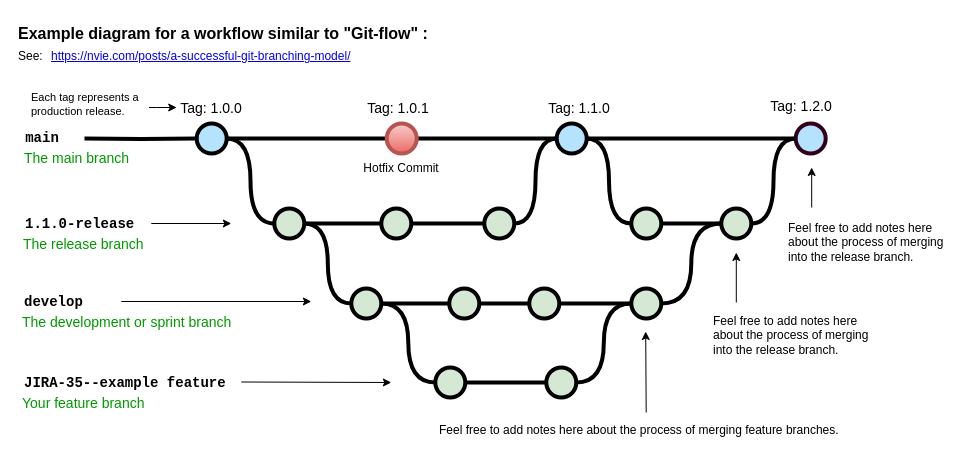
Above: page "complex gitflow" (1 of 2) of flow/bitbucket-flow.drawio in seepossible/dia (draw.io), before the change. Source tidied: cells renumbered, new cells numbered last; positions are measured from the earlier drawing's top-left corner, leaving out a move shared by most shapes. Both pictures are drawn from the tidied source at 100%, with x=0, y=0 at pixel (16, 17).
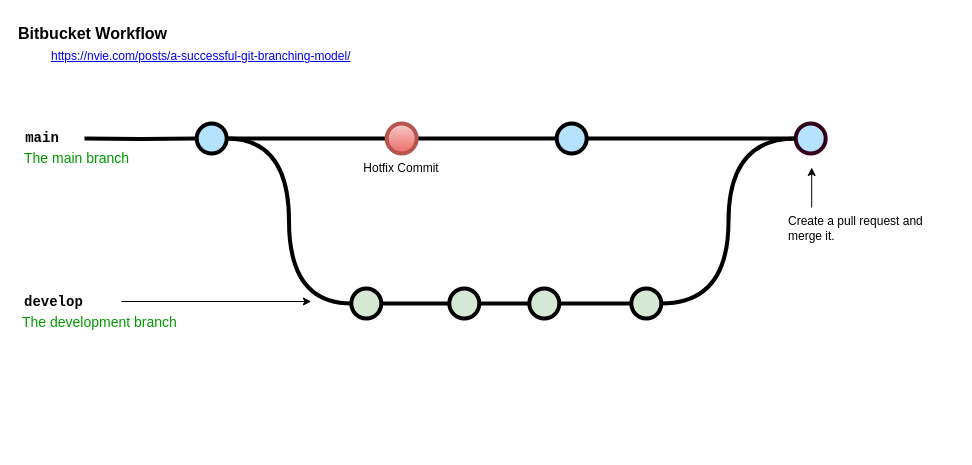
Above is the later version.

Unchanged cells that the change refers to:
```xml
<mxCell id="5" style="verticalLabelPosition=bottom;verticalAlign=top;html=1;strokeWidth=4;shape=mxgraph.flowchart.on-page_reference;plain-blue;gradientColor=none;fillColor=#B5E3Fe;strokeColor=#000000;" parent="1" vertex="1">
  <mxGeometry x="180.2" y="106" width="30" height="30" as="geometry" />
</mxCell>
<mxCell id="8" style="verticalLabelPosition=bottom;verticalAlign=top;html=1;strokeWidth=4;shape=mxgraph.flowchart.on-page_reference;plain-blue;gradientColor=none;strokeColor=#000000;fillColor=#B5E3FE;" parent="1" vertex="1">
  <mxGeometry x="540.2" y="106" width="30" height="30" as="geometry" />
</mxCell>
<mxCell id="9" style="verticalLabelPosition=bottom;verticalAlign=top;html=1;strokeWidth=4;shape=mxgraph.flowchart.on-page_reference;plain-blue;gradientColor=none;strokeColor=#33001A;fillColor=#B5E3FE;" parent="1" vertex="1">
  <mxGeometry x="779.2" y="106" width="30" height="30" as="geometry" />
</mxCell>
<mxCell id="22" style="verticalLabelPosition=bottom;verticalAlign=top;html=1;strokeWidth=4;shape=mxgraph.flowchart.on-page_reference;plain-purple;gradientColor=none;strokeColor=#000000;fillColor=#D5E8D4;" parent="1" vertex="1">
  <mxGeometry x="334.8" y="271" width="30" height="30" as="geometry" />
</mxCell>
<mxCell id="28" style="verticalLabelPosition=bottom;verticalAlign=top;html=1;strokeWidth=4;shape=mxgraph.flowchart.on-page_reference;plain-purple;gradientColor=none;strokeColor=#000000;fillColor=#D5E8D4;" parent="1" vertex="1">
  <mxGeometry x="614.8" y="271" width="30" height="30" as="geometry" />
</mxCell>
```

Diff of the diagram source:
```diff
@@
-    <mxCell id="4" style="edgeStyle=orthogonalEdgeStyle;curved=1;rounded=0;html=1;exitX=1;exitY=0.5;exitPerimeter=0;entryX=0;entryY=0.5;entryPerimeter=0;endArrow=none;endFill=0;jettySize=auto;strokeWidth=4;fontSize=15;" parent="1" edge="1" source="5" target="13">
+    <mxCell id="4" style="edgeStyle=orthogonalEdgeStyle;curved=1;rounded=0;html=1;exitX=1;exitY=0.5;exitPerimeter=0;entryX=0;entryY=0.5;entryPerimeter=0;endArrow=none;endFill=0;jettySize=auto;strokeWidth=4;fontSize=15;entryDx=0;entryDy=0;" parent="1" edge="1" source="5" target="22">
       <mxGeometry relative="1" as="geometry" />
     </mxCell>
@@
-    <mxCell id="7" style="edgeStyle=orthogonalEdgeStyle;curved=1;rounded=0;jettySize=auto;html=1;exitX=1;exitY=0.5;exitDx=0;exitDy=0;exitPerimeter=0;entryX=0;entryY=0.5;entryDx=0;entryDy=0;entryPerimeter=0;endArrow=none;endFill=0;strokeWidth=4;fontFamily=Courier New;fontColor=#009900;" parent="1" edge="1" source="8" target="45">
-      <mxGeometry relative="1" as="geometry" />
-    </mxCell>
@@
-    <mxCell id="12" style="edgeStyle=orthogonalEdgeStyle;curved=1;rounded=0;html=1;exitX=1;exitY=0.5;exitPerimeter=0;endArrow=none;endFill=0;jettySize=auto;strokeWidth=4;fontSize=15;" parent="1" edge="1" source="13" target="15">
-      <mxGeometry relative="1" as="geometry" />
-    </mxCell>
-    <mxCell id="13" style="verticalLabelPosition=bottom;verticalAlign=top;html=1;strokeWidth=4;shape=mxgraph.flowchart.on-page_reference;plain-purple;gradientColor=none;strokeColor=#000000;fillColor=#D5E8D4;" parent="1" vertex="1">
-      <mxGeometry x="257.8" y="191" width="30" height="30" as="geometry" />
-    </mxCell>
-    <mxCell id="14" style="edgeStyle=orthogonalEdgeStyle;curved=1;rounded=0;html=1;exitX=1;exitY=0.5;exitPerimeter=0;entryX=0;entryY=0.5;entryPerimeter=0;endArrow=none;endFill=0;jettySize=auto;strokeWidth=4;fontSize=15;" parent="1" edge="1" source="15" target="17">
-      <mxGeometry relative="1" as="geometry" />
-    </mxCell>
-    <mxCell id="15" style="verticalLabelPosition=bottom;verticalAlign=top;html=1;strokeWidth=4;shape=mxgraph.flowchart.on-page_reference;plain-purple;gradientColor=none;strokeColor=#000000;fillColor=#D5E8D4;" parent="1" vertex="1">
-      <mxGeometry x="364.8" y="191" width="30" height="30" as="geometry" />
-    </mxCell>
-    <mxCell id="16" style="edgeStyle=orthogonalEdgeStyle;curved=1;rounded=0;html=1;exitX=1;exitY=0.5;exitPerimeter=0;entryX=0;entryY=0.5;entryPerimeter=0;endArrow=none;endFill=0;jettySize=auto;strokeWidth=4;fontSize=15;" parent="1" edge="1" source="17" target="8">
-      <mxGeometry relative="1" as="geometry" />
-    </mxCell>
-    <mxCell id="17" style="verticalLabelPosition=bottom;verticalAlign=top;html=1;strokeWidth=4;shape=mxgraph.flowchart.on-page_reference;plain-purple;gradientColor=none;strokeColor=#000000;fillColor=#D5E8D4;" parent="1" vertex="1">
-      <mxGeometry x="467.8" y="191" width="30" height="30" as="geometry" />
-    </mxCell>
-    <mxCell id="18" value="1.1.0-release" style="text;html=1;strokeColor=none;fillColor=none;align=left;verticalAlign=middle;whiteSpace=wrap;overflow=hidden;fontSize=14;fontStyle=1;fontFamily=Courier New;" parent="1" vertex="1">
-      <mxGeometry x="6.8" y="196" width="240" height="20" as="geometry" />
-    </mxCell>
@@
-    <mxCell id="20" style="edgeStyle=orthogonalEdgeStyle;rounded=0;jettySize=auto;html=1;entryX=1;entryY=0.5;entryDx=0;entryDy=0;entryPerimeter=0;endArrow=none;endFill=0;strokeWidth=4;curved=1;" parent="1" edge="1" source="22" target="13">
-      <mxGeometry relative="1" as="geometry" />
-    </mxCell>
-    <mxCell id="21" style="edgeStyle=orthogonalEdgeStyle;curved=1;rounded=0;jettySize=auto;html=1;exitX=1;exitY=0.5;exitDx=0;exitDy=0;exitPerimeter=0;entryX=0;entryY=0.5;entryDx=0;entryDy=0;entryPerimeter=0;endArrow=none;endFill=0;strokeWidth=4;fontFamily=Courier New;fontColor=#009900;" parent="1" edge="1" source="22" target="31">
-      <mxGeometry relative="1" as="geometry" />
-    </mxCell>
@@
-    <mxCell id="27" style="edgeStyle=orthogonalEdgeStyle;curved=1;rounded=0;jettySize=auto;html=1;entryX=0;entryY=0.5;entryDx=0;entryDy=0;entryPerimeter=0;endArrow=none;endFill=0;strokeWidth=4;fontFamily=Courier New;fontColor=#009900;" parent="1" edge="1" source="28" target="47">
-      <mxGeometry relative="1" as="geometry" />
-    </mxCell>
@@
-    <mxCell id="30" style="edgeStyle=orthogonalEdgeStyle;rounded=0;jettySize=auto;html=1;endArrow=none;endFill=0;strokeWidth=4;" parent="1" edge="1" source="31" target="33">
-      <mxGeometry relative="1" as="geometry" />
-    </mxCell>
-    <mxCell id="31" style="verticalLabelPosition=bottom;verticalAlign=top;html=1;strokeWidth=4;shape=mxgraph.flowchart.on-page_reference;plain-purple;gradientColor=none;strokeColor=#000000;fillColor=#D5E8D4;" parent="1" vertex="1">
-      <mxGeometry x="418.8" y="350" width="30" height="30" as="geometry" />
-    </mxCell>
-    <mxCell id="32" style="edgeStyle=orthogonalEdgeStyle;curved=1;rounded=0;jettySize=auto;html=1;exitX=1;exitY=0.5;exitDx=0;exitDy=0;exitPerimeter=0;entryX=0;entryY=0.5;entryDx=0;entryDy=0;entryPerimeter=0;endArrow=none;endFill=0;strokeWidth=4;fontFamily=Courier New;fontColor=#009900;" parent="1" edge="1" source="33" target="28">
-      <mxGeometry relative="1" as="geometry" />
-    </mxCell>
-    <mxCell id="33" style="verticalLabelPosition=bottom;verticalAlign=top;html=1;strokeWidth=4;shape=mxgraph.flowchart.on-page_reference;plain-purple;gradientColor=none;strokeColor=#000000;fillColor=#D5E8D4;" parent="1" vertex="1">
-      <mxGeometry x="529.8" y="350" width="30" height="30" as="geometry" />
-    </mxCell>
-    <mxCell id="34" value="JIRA-35--example feature" style="text;html=1;strokeColor=none;fillColor=none;align=left;verticalAlign=middle;whiteSpace=wrap;overflow=hidden;fontSize=14;fontStyle=1;fontFamily=Courier New;" parent="1" vertex="1">
-      <mxGeometry x="5.5" y="355" width="240" height="20" as="geometry" />
-    </mxCell>
-    <mxCell id="35" value="The development or sprint branch" style="text;html=1;strokeColor=none;fillColor=none;align=left;verticalAlign=middle;whiteSpace=wrap;overflow=hidden;fontSize=14;fontStyle=0;fontColor=#009900;" parent="1" vertex="1">
+    <mxCell id="35" value="The development branch" style="text;html=1;strokeColor=none;fillColor=none;align=left;verticalAlign=middle;whiteSpace=wrap;overflow=hidden;fontSize=14;fontStyle=0;fontColor=#009900;" parent="1" vertex="1">
       <mxGeometry x="3.8" y="294" width="240" height="20" as="geometry" />
     </mxCell>
-    <mxCell id="36" value="Your feature branch" style="text;html=1;strokeColor=none;fillColor=none;align=left;verticalAlign=middle;whiteSpace=wrap;overflow=hidden;fontSize=14;fontStyle=0;fontColor=#009900;" parent="1" vertex="1">
-      <mxGeometry x="3.8" y="375" width="240" height="20" as="geometry" />
-    </mxCell>
-    <mxCell id="37" value="The release branch" style="text;html=1;strokeColor=none;fillColor=none;align=left;verticalAlign=middle;whiteSpace=wrap;overflow=hidden;fontSize=14;fontStyle=0;fontColor=#009900;" parent="1" vertex="1">
-      <mxGeometry x="4.8" y="216" width="240" height="20" as="geometry" />
-    </mxCell>
@@
-    <mxCell id="39" style="endArrow=classic;html=1;strokeWidth=1;fontFamily=Courier New;fontColor=#009900;" parent="1" edge="1">
-      <mxGeometry relative="1" as="geometry">
-        <mxPoint x="224.8" y="364.5" as="sourcePoint" />
-        <mxPoint x="374.8" y="365" as="targetPoint" />
-      </mxGeometry>
-    </mxCell>
@@
-    <mxCell id="41" style="endArrow=classic;html=1;strokeWidth=1;fontFamily=Courier New;fontColor=#009900;" parent="1" edge="1">
-      <mxGeometry relative="1" as="geometry">
-        <mxPoint x="134.8" y="206" as="sourcePoint" />
-        <mxPoint x="214.8" y="206" as="targetPoint" />
-      </mxGeometry>
-    </mxCell>
-    <mxCell id="42" value="Tag: 1.1.0" style="text;html=1;strokeColor=none;fillColor=none;align=center;verticalAlign=middle;whiteSpace=wrap;overflow=hidden;fontSize=14;" parent="1" vertex="1">
-      <mxGeometry x="508.2" y="80" width="110" height="20" as="geometry" />
-    </mxCell>
-    <mxCell id="43" value="Tag: 1.0.0" style="text;html=1;strokeColor=none;fillColor=none;align=center;verticalAlign=middle;whiteSpace=wrap;overflow=hidden;fontSize=14;" parent="1" vertex="1">
-      <mxGeometry x="160.2" y="80" width="70" height="20" as="geometry" />
-    </mxCell>
-    <mxCell id="44" style="edgeStyle=orthogonalEdgeStyle;curved=1;rounded=0;jettySize=auto;html=1;endArrow=none;endFill=0;strokeWidth=4;fontFamily=Courier New;fontColor=#009900;" parent="1" edge="1" source="45" target="47">
-      <mxGeometry relative="1" as="geometry" />
-    </mxCell>
-    <mxCell id="45" style="verticalLabelPosition=bottom;verticalAlign=top;html=1;strokeWidth=4;shape=mxgraph.flowchart.on-page_reference;plain-purple;gradientColor=none;strokeColor=#000000;fillColor=#D5E8D4;" parent="1" vertex="1">
-      <mxGeometry x="614.8" y="191" width="30" height="30" as="geometry" />
-    </mxCell>
-    <mxCell id="46" style="edgeStyle=orthogonalEdgeStyle;curved=1;rounded=0;jettySize=auto;html=1;entryX=0;entryY=0.5;entryDx=0;entryDy=0;entryPerimeter=0;endArrow=none;endFill=0;strokeWidth=4;fontFamily=Courier New;fontColor=#009900;" parent="1" edge="1" source="47" target="9">
+    <mxCell id="46" style="edgeStyle=orthogonalEdgeStyle;curved=1;rounded=0;jettySize=auto;html=1;entryX=0;entryY=0.5;entryDx=0;entryDy=0;entryPerimeter=0;endArrow=none;endFill=0;strokeWidth=4;fontFamily=Courier New;fontColor=#009900;exitX=1;exitY=0.5;exitDx=0;exitDy=0;exitPerimeter=0;" parent="1" edge="1" source="28" target="9">
       <mxGeometry relative="1" as="geometry" />
     </mxCell>
-    <mxCell id="47" style="verticalLabelPosition=bottom;verticalAlign=top;html=1;strokeWidth=4;shape=mxgraph.flowchart.on-page_reference;plain-purple;gradientColor=none;strokeColor=#000000;fillColor=#D5E8D4;" parent="1" vertex="1">
-      <mxGeometry x="704.8" y="191" width="30" height="30" as="geometry" />
-    </mxCell>
-    <mxCell id="48" value="Tag: 1.2.0" style="text;html=1;strokeColor=none;fillColor=none;align=center;verticalAlign=middle;whiteSpace=wrap;overflow=hidden;fontSize=14;" parent="1" vertex="1">
-      <mxGeometry x="730.2" y="78" width="110" height="20" as="geometry" />
-    </mxCell>
-    <mxCell id="49" style="endArrow=classic;html=1;strokeWidth=1;fontFamily=Courier New;fontColor=#009900;exitX=0.5;exitY=0;exitDx=0;exitDy=0;" parent="1" edge="1" source="52">
-      <mxGeometry relative="1" as="geometry">
-        <mxPoint x="629.2" y="314" as="targetPoint" />
-      </mxGeometry>
-    </mxCell>
-    <mxCell id="50" style="endArrow=classic;html=1;strokeWidth=1;fontFamily=Courier New;fontColor=#009900;" parent="1" edge="1">
-      <mxGeometry relative="1" as="geometry">
-        <mxPoint x="719.8" y="285" as="sourcePoint" />
-        <mxPoint x="719.8" y="235" as="targetPoint" />
-      </mxGeometry>
-    </mxCell>
-    <mxCell id="51" value="&lt;span style=&quot;text-align: center&quot;&gt;Feel free to add notes here about the process of merging into the release branch.&lt;br&gt;&lt;/span&gt;" style="text;html=1;strokeColor=none;fillColor=none;align=left;verticalAlign=middle;whiteSpace=wrap;overflow=hidden;fontSize=12;fontStyle=0;fontColor=#000000;" parent="1" vertex="1">
-      <mxGeometry x="694.8" y="285" width="163.2" height="66" as="geometry" />
-    </mxCell>
-    <mxCell id="52" value="&lt;div style=&quot;&quot;&gt;&lt;span&gt;Feel free to add notes here about the process of merging feature branches.&lt;/span&gt;&lt;/div&gt;" style="text;html=1;strokeColor=none;fillColor=none;align=left;verticalAlign=middle;whiteSpace=wrap;overflow=hidden;fontSize=12;fontStyle=0;fontColor=#000000;" parent="1" vertex="1">
-      <mxGeometry x="420.6" y="395" width="418.2" height="36" as="geometry" />
-    </mxCell>
-    <mxCell id="53" style="edgeStyle=orthogonalEdgeStyle;rounded=0;jettySize=auto;html=1;fontSize=12;fontColor=#000000;entryX=0;entryY=0.5;entryDx=0;entryDy=0;" parent="1" edge="1" source="54" target="43">
-      <mxGeometry relative="1" as="geometry">
-        <Array as="points">
-          <mxPoint x="140.2" y="90" />
-          <mxPoint x="140.2" y="90" />
-        </Array>
-      </mxGeometry>
-    </mxCell>
-    <mxCell id="54" value="&lt;span style=&quot;text-align: center; font-size: 11px;&quot;&gt;Each tag represents a production release.&lt;/span&gt;" style="text;html=1;strokeColor=none;fillColor=none;align=left;verticalAlign=middle;whiteSpace=wrap;overflow=hidden;fontSize=11;fontStyle=0;fontColor=#000000;" parent="1" vertex="1">
-      <mxGeometry x="12.5" y="68" width="120" height="38" as="geometry" />
-    </mxCell>
-    <mxCell id="55" value="Example diagram for a workflow similar to &quot;Git-flow&quot; :" style="text;whiteSpace=wrap;html=1;fontStyle=1;fontSize=16;" parent="1" vertex="1">
+    <mxCell id="55" value="Bitbucket Workflow" style="text;whiteSpace=wrap;html=1;fontStyle=1;fontSize=16;" parent="1" vertex="1">
       <mxGeometry x="0.2" width="427.8" height="20" as="geometry" />
     </mxCell>
@@
-    <mxCell id="57" value="See:" style="text;whiteSpace=wrap;html=1;" parent="1" vertex="1">
-      <mxGeometry x="0.2" y="25" width="32.8" height="20" as="geometry" />
-    </mxCell>
@@
-    <mxCell id="59" value="&lt;span style=&quot;text-align: center&quot;&gt;Feel free to add notes here about the process of merging into the release branch.&lt;br&gt;&lt;br&gt;&lt;/span&gt;" style="text;html=1;strokeColor=none;fillColor=none;align=left;verticalAlign=middle;whiteSpace=wrap;overflow=hidden;fontSize=12;fontStyle=0;fontColor=#000000;" parent="1" vertex="1">
-      <mxGeometry x="770.2" y="191" width="167.8" height="81" as="geometry" />
+    <mxCell id="59" value="&lt;span style=&quot;text-align: center;&quot;&gt;Create a pull request and merge it.&lt;/span&gt;&lt;span style=&quot;text-align: center&quot;&gt;&lt;br&gt;&lt;/span&gt;" style="text;html=1;strokeColor=none;fillColor=none;align=left;verticalAlign=middle;whiteSpace=wrap;overflow=hidden;fontSize=12;fontStyle=0;fontColor=#000000;" parent="1" vertex="1">
+      <mxGeometry x="770.2" y="191" width="167.8" height="39" as="geometry" />
     </mxCell>
@@
-    <mxCell id="62" value="Tag: 1.0.1" style="text;html=1;strokeColor=none;fillColor=none;align=center;verticalAlign=middle;whiteSpace=wrap;overflow=hidden;fontSize=14;" parent="1" vertex="1">
-      <mxGeometry x="346.5" y="80" width="70" height="20" as="geometry" />
-    </mxCell>
```
